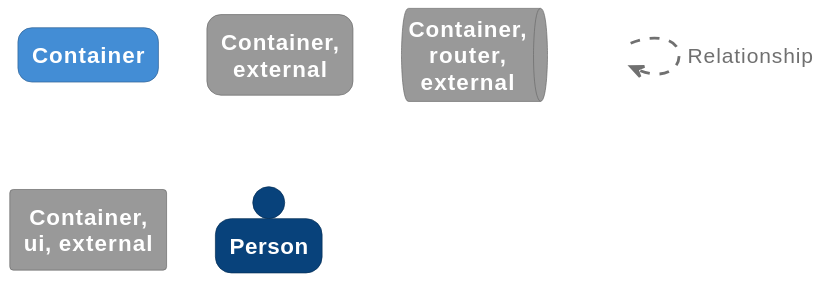
This is docs/diagrams/structurizr-WhisperCMS-Containers-key.svg from CoderByBlood/whisper-cms, a PlantUML export, as it was before one commit.
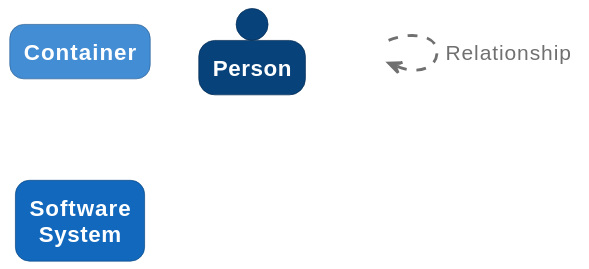
The same diagram one commit later.

Diff of the diagram source:
```diff
@@ -24,35 +24,21 @@
 }
 rectangle "==Container" <<1>>
 
-skinparam rectangle<<2>> {
-  BackgroundColor #999999
-  FontColor #ffffff
-  BorderColor #6b6b6b
-  roundCorner 20
-}
-rectangle "==Container, external" <<2>>
-
-skinparam queue<<3>> {
-  BackgroundColor #999999
-  FontColor #ffffff
-  BorderColor #6b6b6b
-}
-queue "==Container, router, external" <<3>>
-
-skinparam rectangle<<4>> {
-  BackgroundColor #999999
-  FontColor #ffffff
-  BorderColor #6b6b6b
-}
-rectangle "==Container, ui, external" <<4>>
-
-skinparam person<<5>> {
+skinparam person<<2>> {
   BackgroundColor #08427b
   FontColor #ffffff
   BorderColor #052e56
 }
-person "==Person" <<5>>
+person "==Person" <<2>>
 
-rectangle "." <<_transparent>> as 6
-6 .[#707070,thickness=2].> 6 : "<color:#707070>Relationship"
+skinparam rectangle<<3>> {
+  BackgroundColor #1168bd
+  FontColor #ffffff
+  BorderColor #0b4884
+  roundCorner 20
+}
+rectangle "==Software System" <<3>>
+
+rectangle "." <<_transparent>> as 4
+4 .[#707070,thickness=2].> 4 : "<color:#707070>Relationship"
 @enduml
```
